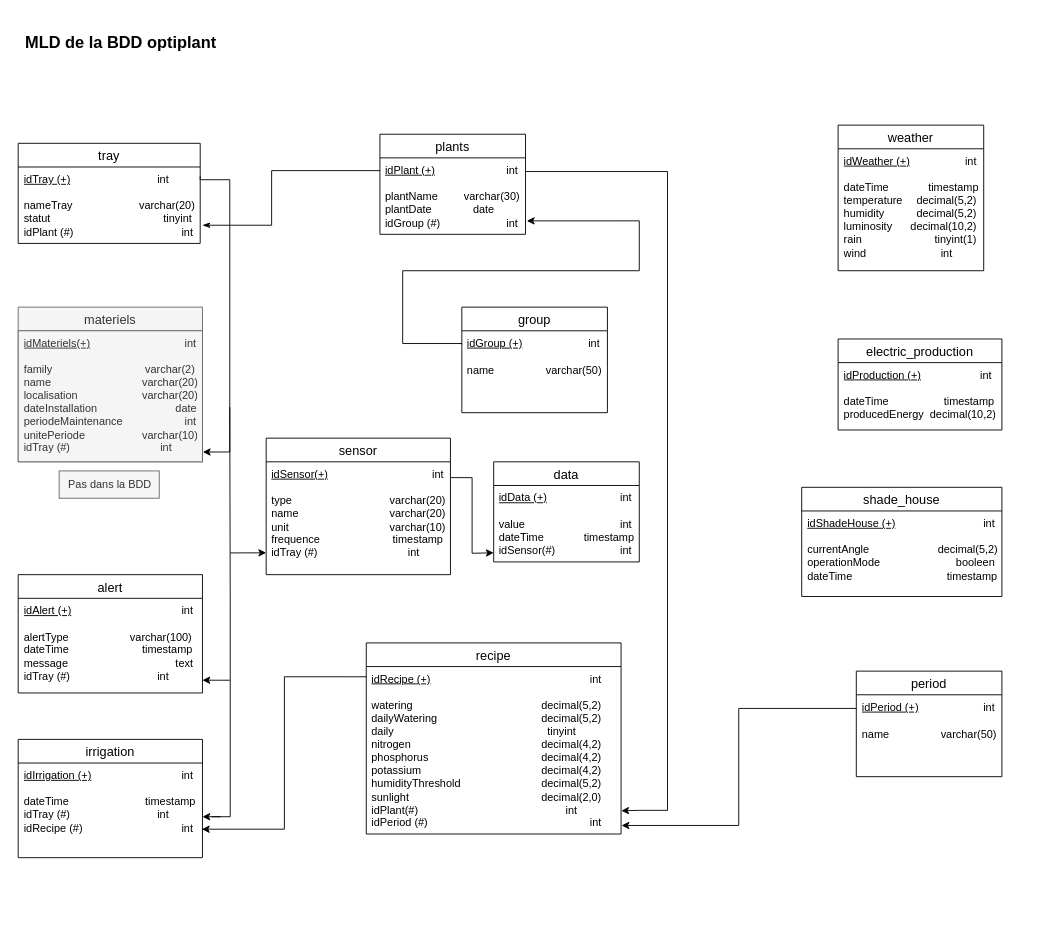
SAE601/BDD keeps this draw.io diagram as MLD.drawio. Above is the earlier version. Source tidied: cells renumbered, new cells numbered last; positions are measured from the earlier drawing's top-left corner, leaving out a move shared by most shapes. Both pictures are drawn from the tidied source at 91%, with x=0, y=0 at pixel (15, 15).
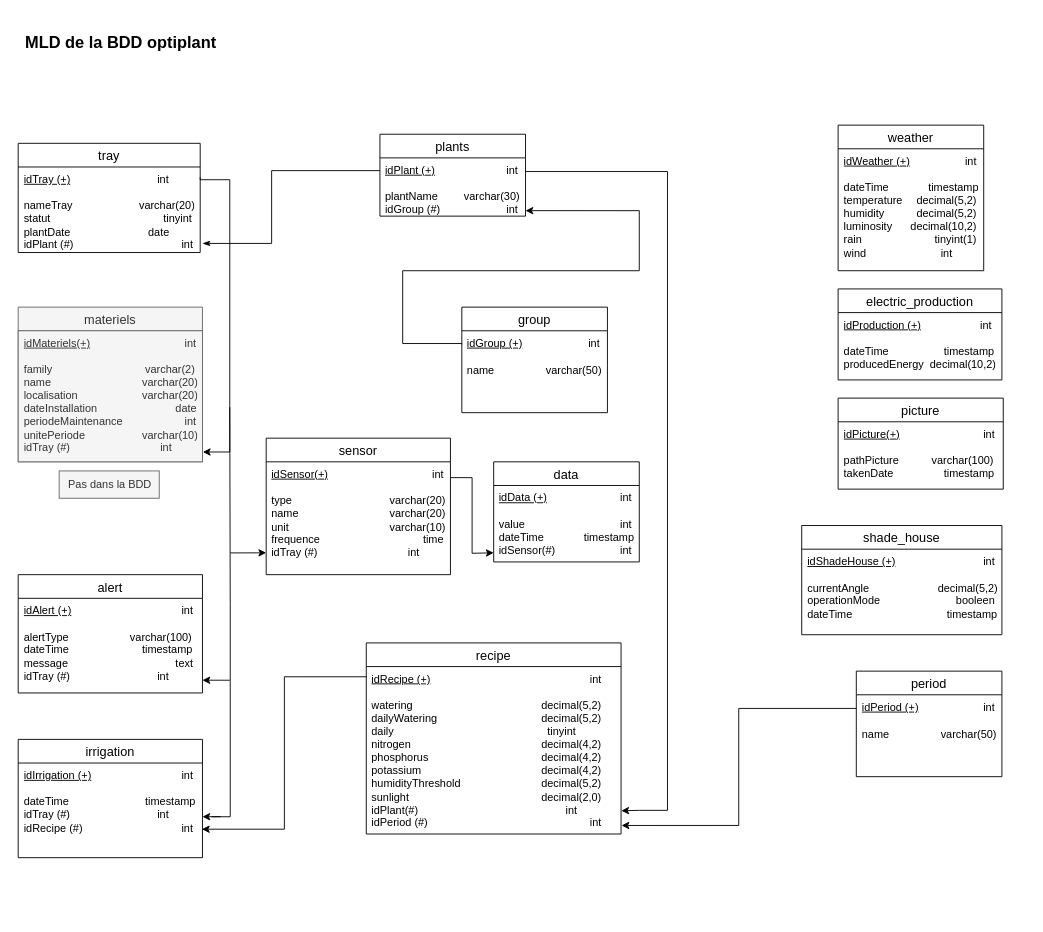
The same page after the edit.

The change refers to these unchanged cells:
```xml
<mxCell id="10" value="&lt;u&gt;idGroup (+)&lt;/u&gt;&lt;span style=&quot;white-space: pre;&quot;&gt;&#9;&lt;/span&gt;&lt;span style=&quot;white-space: pre;&quot;&gt;&#9;&lt;/span&gt;&lt;span style=&quot;white-space: pre;&quot;&gt;&#9;&lt;/span&gt;int&lt;u&gt;&lt;br&gt;&lt;/u&gt;" style="text;strokeColor=none;fillColor=none;spacingLeft=4;spacingRight=4;overflow=hidden;points=[[0,0.5],[1,0.5]];portConstraint=eastwest;fontSize=12;whiteSpace=wrap;html=1;" parent="9" vertex="1">
  <mxGeometry y="26" width="160" height="30" as="geometry" />
</mxCell>
<mxCell id="40" value="sensor" style="swimlane;fontStyle=0;horizontal=1;startSize=26;align=center;fontSize=14;" parent="1" vertex="1">
  <mxGeometry x="275" y="464" width="202.5" height="150" as="geometry" />
</mxCell>
```

Diff of the diagram source:
```diff
@@
     <mxCell id="2" value="tray" style="swimlane;fontStyle=0;horizontal=1;startSize=26;align=center;fontSize=14;" parent="1" vertex="1">
-      <mxGeometry x="2.5" y="140" width="200" height="110" as="geometry" />
+      <mxGeometry x="2.5" y="140" width="200" height="120" as="geometry" />
     </mxCell>
-    <mxCell id="3" value="&lt;div&gt;&lt;u&gt;idTray (+)&lt;/u&gt;&lt;span style=&quot;white-space: pre;&quot;&gt;&#9;&lt;/span&gt;&lt;span style=&quot;white-space: pre;&quot;&gt;&#9;&lt;/span&gt;&lt;span style=&quot;white-space: pre;&quot;&gt;&#9;&lt;/span&gt;&amp;nbsp;&amp;nbsp;&amp;nbsp;&amp;nbsp;&amp;nbsp;&amp;nbsp;&amp;nbsp;&amp;nbsp;&amp;nbsp; &amp;nbsp; int&lt;br&gt;&lt;/div&gt;&lt;div&gt;&lt;br&gt;&lt;/div&gt;&lt;div&gt;nameTray&lt;span style=&quot;white-space: pre;&quot;&gt;&lt;span style=&quot;white-space: pre;&quot;&gt;&#9;&lt;/span&gt;              varchar(20)&lt;/span&gt;&lt;/div&gt;&lt;div&gt;&lt;span style=&quot;white-space: pre;&quot;&gt;statut&lt;span style=&quot;white-space: pre;&quot;&gt;&#9;&lt;/span&gt;&lt;span style=&quot;white-space: pre;&quot;&gt;&#9;&lt;/span&gt;&lt;span style=&quot;white-space: pre;&quot;&gt;&#9;&lt;/span&gt;              tinyint&lt;br&gt;&lt;/span&gt;&lt;/div&gt;&lt;div&gt;idPlant (#)&lt;span style=&quot;white-space: pre;&quot;&gt;&#9;&lt;/span&gt;&lt;span style=&quot;white-space: pre;&quot;&gt;&#9;&lt;/span&gt;&lt;span style=&quot;white-space: pre;&quot;&gt;&#9;&lt;/span&gt;&lt;span style=&quot;white-space: pre;&quot;&gt;&#9;&lt;/span&gt;&amp;nbsp;&amp;nbsp;&amp;nbsp; int&lt;br&gt;&lt;/div&gt;&lt;div&gt;&lt;br&gt;&lt;/div&gt;" style="text;strokeColor=none;fillColor=none;spacingLeft=4;spacingRight=4;overflow=hidden;points=[[0,0.5],[1,0.5]];portConstraint=eastwest;fontSize=12;whiteSpace=wrap;html=1;" parent="2" vertex="1">
-      <mxGeometry y="26" width="200" height="84" as="geometry" />
+    <mxCell id="3" value="&lt;div&gt;&lt;u&gt;idTray (+)&lt;/u&gt;&lt;span style=&quot;white-space: pre;&quot;&gt;&#9;&lt;/span&gt;&lt;span style=&quot;white-space: pre;&quot;&gt;&#9;&lt;/span&gt;&lt;span style=&quot;white-space: pre;&quot;&gt;&#9;&lt;/span&gt;&amp;nbsp;&amp;nbsp;&amp;nbsp;&amp;nbsp;&amp;nbsp;&amp;nbsp;&amp;nbsp;&amp;nbsp;&amp;nbsp; &amp;nbsp; int&lt;br&gt;&lt;/div&gt;&lt;div&gt;&lt;br&gt;&lt;/div&gt;&lt;div&gt;nameTray&lt;span style=&quot;white-space: pre;&quot;&gt;&lt;span style=&quot;white-space: pre;&quot;&gt;&#9;&lt;/span&gt;              varchar(20)&lt;/span&gt;&lt;/div&gt;&lt;div&gt;&lt;span style=&quot;white-space: pre;&quot;&gt;statut&lt;span style=&quot;white-space: pre;&quot;&gt;&#9;&lt;/span&gt;&lt;span style=&quot;white-space: pre;&quot;&gt;&#9;&lt;/span&gt;&lt;span style=&quot;white-space: pre;&quot;&gt;&#9;&lt;/span&gt;              tinyint&lt;/span&gt;&lt;/div&gt;&lt;div&gt;&lt;div&gt;plantDate&lt;span style=&quot;white-space: pre;&quot;&gt;&#9;&lt;/span&gt;&lt;span style=&quot;white-space: pre;&quot;&gt;&#9;&lt;/span&gt;&amp;nbsp;&amp;nbsp;&amp;nbsp;&amp;nbsp; &lt;span style=&quot;white-space: pre;&quot;&gt;&#9;&lt;/span&gt;&lt;span style=&quot;white-space: pre;&quot;&gt;&#9;&lt;/span&gt; date&lt;/div&gt;&lt;/div&gt;&lt;div&gt;idPlant (#)&lt;span style=&quot;white-space: pre;&quot;&gt;&#9;&lt;/span&gt;&lt;span style=&quot;white-space: pre;&quot;&gt;&#9;&lt;/span&gt;&lt;span style=&quot;white-space: pre;&quot;&gt;&#9;&lt;/span&gt;&lt;span style=&quot;white-space: pre;&quot;&gt;&#9;&lt;/span&gt;&amp;nbsp;&amp;nbsp;&amp;nbsp; int&lt;br&gt;&lt;/div&gt;&lt;div&gt;&lt;br&gt;&lt;/div&gt;" style="text;strokeColor=none;fillColor=none;spacingLeft=4;spacingRight=4;overflow=hidden;points=[[0,0.5],[1,0.5]];portConstraint=eastwest;fontSize=12;whiteSpace=wrap;html=1;" parent="2" vertex="1">
+      <mxGeometry y="26" width="200" height="94" as="geometry" />
     </mxCell>
     <mxCell id="4" value="plants" style="swimlane;fontStyle=0;horizontal=1;startSize=26;align=center;fontSize=14;" parent="1" vertex="1">
-      <mxGeometry x="400" y="130" width="160" height="110" as="geometry" />
+      <mxGeometry x="400" y="130" width="160" height="90" as="geometry" />
     </mxCell>
-    <mxCell id="5" value="&lt;div&gt;&lt;u&gt;idPlant (+)&lt;/u&gt;&lt;span style=&quot;white-space: pre;&quot;&gt;&#9;&lt;/span&gt;&lt;span style=&quot;white-space: pre;&quot;&gt;&#9;&lt;/span&gt;&lt;span style=&quot;white-space: pre;&quot;&gt;&#9;&lt;/span&gt;int&lt;u&gt;&lt;br&gt;&lt;/u&gt;&lt;/div&gt;&lt;div&gt;&lt;br&gt;&lt;/div&gt;&lt;div&gt;plantName&lt;span style=&quot;white-space: pre;&quot;&gt;&#9;&lt;/span&gt;&amp;nbsp; &lt;span style=&quot;white-space: pre;&quot;&gt;varchar(30)&lt;/span&gt;&lt;/div&gt;&lt;div&gt;plantDate&lt;span style=&quot;white-space: pre;&quot;&gt;&#9;&lt;/span&gt;&lt;span style=&quot;white-space: pre;&quot;&gt;&#9;&lt;/span&gt;&amp;nbsp;&amp;nbsp;&amp;nbsp;&amp;nbsp; date&lt;/div&gt;&lt;div&gt;idGroup (#)&lt;span style=&quot;white-space: pre;&quot;&gt;&#9;&lt;/span&gt;&amp;nbsp;&amp;nbsp;&amp;nbsp;&amp;nbsp;&amp;nbsp;&amp;nbsp; &lt;span style=&quot;white-space: pre;&quot;&gt;&#9;&lt;/span&gt;&amp;nbsp;&amp;nbsp;&amp;nbsp;&amp;nbsp;&amp;nbsp;&amp;nbsp;&amp;nbsp; int&lt;/div&gt;" style="text;strokeColor=none;fillColor=none;spacingLeft=4;spacingRight=4;overflow=hidden;points=[[0,0.5],[1,0.5]];portConstraint=eastwest;fontSize=12;whiteSpace=wrap;html=1;" parent="4" vertex="1">
-      <mxGeometry y="26" width="160" height="84" as="geometry" />
+    <mxCell id="5" value="&lt;div&gt;&lt;u&gt;idPlant (+)&lt;/u&gt;&lt;span style=&quot;white-space: pre;&quot;&gt;&#9;&lt;/span&gt;&lt;span style=&quot;white-space: pre;&quot;&gt;&#9;&lt;/span&gt;&lt;span style=&quot;white-space: pre;&quot;&gt;&#9;&lt;/span&gt;int&lt;u&gt;&lt;br&gt;&lt;/u&gt;&lt;/div&gt;&lt;div&gt;&lt;br&gt;&lt;/div&gt;&lt;div&gt;plantName&lt;span style=&quot;white-space: pre;&quot;&gt;&#9;&lt;/span&gt;&amp;nbsp; &lt;span style=&quot;white-space: pre;&quot;&gt;varchar(30)&lt;/span&gt;&lt;/div&gt;&lt;div&gt;idGroup (#)&lt;span style=&quot;white-space: pre;&quot;&gt;&#9;&lt;/span&gt;&amp;nbsp;&amp;nbsp;&amp;nbsp;&amp;nbsp;&amp;nbsp;&amp;nbsp; &lt;span style=&quot;white-space: pre;&quot;&gt;&#9;&lt;/span&gt;&amp;nbsp;&amp;nbsp;&amp;nbsp;&amp;nbsp;&amp;nbsp;&amp;nbsp;&amp;nbsp; int&lt;/div&gt;" style="text;strokeColor=none;fillColor=none;spacingLeft=4;spacingRight=4;overflow=hidden;points=[[0,0.5],[1,0.5]];portConstraint=eastwest;fontSize=12;whiteSpace=wrap;html=1;" parent="4" vertex="1">
+      <mxGeometry y="26" width="160" height="64" as="geometry" />
     </mxCell>
     <mxCell id="6" style="endArrow=classicThin;html=1;rounded=0;endFill=1;edgeStyle=orthogonalEdgeStyle;" parent="1" edge="1">
       <mxGeometry relative="1" as="geometry">
         <mxPoint x="400" y="170" as="sourcePoint" />
-        <mxPoint x="205" y="230" as="targetPoint" />
+        <mxPoint x="205" y="250" as="targetPoint" />
         <Array as="points">
           <mxPoint x="281" y="170" />
-          <mxPoint x="281" y="230" />
-          <mxPoint x="215" y="230" />
+          <mxPoint x="281" y="250" />
+          <mxPoint x="205" y="250" />
         </Array>
       </mxGeometry>
     </mxCell>
@@
     <mxCell id="24" value="electric_production" style="swimlane;fontStyle=0;horizontal=1;startSize=26;align=center;fontSize=14;" parent="1" vertex="1">
-      <mxGeometry x="903.5" y="355" width="180" height="100" as="geometry" />
+      <mxGeometry x="903.5" y="300" width="180" height="100" as="geometry" />
     </mxCell>
@@
-    <mxCell id="29" style="edgeStyle=orthogonalEdgeStyle;rounded=0;jettySize=auto;html=1;exitX=0;exitY=0.5;exitDx=0;exitDy=0;entryX=1.009;entryY=0.824;entryDx=0;entryDy=0;entryPerimeter=0;" parent="1" edge="1" source="10" target="5">
+    <mxCell id="29" style="edgeStyle=orthogonalEdgeStyle;rounded=0;jettySize=auto;html=1;exitX=0;exitY=0.5;exitDx=0;exitDy=0;entryX=1;entryY=0.906;entryDx=0;entryDy=0;entryPerimeter=0;" parent="1" edge="1" source="10" target="5">
       <mxGeometry relative="1" as="geometry">
         <Array as="points">
+          <mxPoint x="490" y="360" />
           <mxPoint x="425" y="360" />
           <mxPoint x="425" y="280" />
           <mxPoint x="685" y="280" />
-          <mxPoint x="685" y="225" />
+          <mxPoint x="685" y="214" />
         </Array>
       </mxGeometry>
     </mxCell>
@@
     <mxCell id="34" value="shade_house" style="swimlane;fontStyle=0;horizontal=1;startSize=26;align=center;fontSize=14;" parent="1" vertex="1">
-      <mxGeometry x="863.5" y="518" width="220" height="120" as="geometry" />
+      <mxGeometry x="863.5" y="560" width="220" height="120" as="geometry" />
     </mxCell>
@@
-    <mxCell id="41" value="&lt;div&gt;&lt;u&gt;idSensor(+)&lt;/u&gt;&lt;span style=&quot;white-space: pre;&quot;&gt;&#9;&lt;/span&gt;&lt;span style=&quot;white-space: pre;&quot;&gt;&#9;&lt;/span&gt;&lt;span style=&quot;white-space: pre;&quot;&gt;&#9;&lt;/span&gt;&lt;span style=&quot;white-space: pre;&quot;&gt;&#9;&lt;/span&gt;&amp;nbsp;&amp;nbsp;&amp;nbsp;&amp;nbsp; int&lt;/div&gt;&lt;div&gt;&lt;br&gt;&lt;/div&gt;&lt;div&gt;type&lt;span style=&quot;white-space: pre;&quot;&gt;&#9;&lt;/span&gt;&lt;span style=&quot;white-space: pre;&quot;&gt;&#9;&lt;/span&gt;&lt;span style=&quot;white-space: pre;&quot;&gt;&#9;&lt;/span&gt;&lt;span style=&quot;white-space: pre;&quot;&gt;&#9;&lt;/span&gt;&amp;nbsp;&amp;nbsp;&amp;nbsp;&amp;nbsp;&amp;nbsp;&amp;nbsp; varchar(20)&lt;/div&gt;&lt;div&gt;name&lt;span style=&quot;white-space: pre;&quot;&gt;&#9;&lt;/span&gt;&lt;span style=&quot;white-space: pre;&quot;&gt;&#9;&lt;/span&gt;&lt;span style=&quot;white-space: pre;&quot;&gt;&#9;&lt;/span&gt;&amp;nbsp;&amp;nbsp;&amp;nbsp;&amp;nbsp;&amp;nbsp;&amp;nbsp; varchar(20)&lt;br&gt;&lt;/div&gt;&lt;div&gt;unit&lt;span style=&quot;white-space: pre;&quot;&gt;&#9;&lt;/span&gt;&lt;span style=&quot;white-space: pre;&quot;&gt;&#9;&lt;/span&gt;&lt;span style=&quot;white-space: pre;&quot;&gt;&#9;&lt;/span&gt;&lt;span style=&quot;white-space: pre;&quot;&gt;&#9;&lt;/span&gt;&amp;nbsp;&amp;nbsp;&amp;nbsp;&amp;nbsp;&amp;nbsp;&amp;nbsp; varchar(10)&lt;/div&gt;&lt;div&gt;frequence&lt;span style=&quot;white-space: pre;&quot;&gt;&#9;&lt;/span&gt;&lt;span style=&quot;white-space: pre;&quot;&gt;&#9;&lt;/span&gt;&lt;span style=&quot;white-space: pre;&quot;&gt;&#9;&lt;/span&gt;timestamp &lt;br&gt;&lt;/div&gt;&lt;div&gt;idTray (#)&lt;span style=&quot;white-space: pre;&quot;&gt;&#9;&lt;/span&gt;&lt;span style=&quot;white-space: pre;&quot;&gt;&#9;&lt;/span&gt;&lt;span style=&quot;white-space: pre;&quot;&gt;&#9;&lt;/span&gt;&lt;span style=&quot;white-space: pre;&quot;&gt;&#9;&lt;/span&gt;&amp;nbsp;&amp;nbsp;&amp;nbsp;&amp;nbsp; int&lt;br&gt;&lt;/div&gt;" style="text;strokeColor=none;fillColor=none;spacingLeft=4;spacingRight=4;overflow=hidden;points=[[0,0.5],[1,0.5]];portConstraint=eastwest;fontSize=12;whiteSpace=wrap;html=1;" parent="40" vertex="1">
+    <mxCell id="41" value="&lt;div&gt;&lt;u&gt;idSensor(+)&lt;/u&gt;&lt;span style=&quot;white-space: pre;&quot;&gt;&#9;&lt;/span&gt;&lt;span style=&quot;white-space: pre;&quot;&gt;&#9;&lt;/span&gt;&lt;span style=&quot;white-space: pre;&quot;&gt;&#9;&lt;/span&gt;&lt;span style=&quot;white-space: pre;&quot;&gt;&#9;&lt;/span&gt;&amp;nbsp;&amp;nbsp;&amp;nbsp;&amp;nbsp; int&lt;/div&gt;&lt;div&gt;&lt;br&gt;&lt;/div&gt;&lt;div&gt;type&lt;span style=&quot;white-space: pre;&quot;&gt;&#9;&lt;/span&gt;&lt;span style=&quot;white-space: pre;&quot;&gt;&#9;&lt;/span&gt;&lt;span style=&quot;white-space: pre;&quot;&gt;&#9;&lt;/span&gt;&lt;span style=&quot;white-space: pre;&quot;&gt;&#9;&lt;/span&gt;&amp;nbsp;&amp;nbsp;&amp;nbsp;&amp;nbsp;&amp;nbsp;&amp;nbsp; varchar(20)&lt;/div&gt;&lt;div&gt;name&lt;span style=&quot;white-space: pre;&quot;&gt;&#9;&lt;/span&gt;&lt;span style=&quot;white-space: pre;&quot;&gt;&#9;&lt;/span&gt;&lt;span style=&quot;white-space: pre;&quot;&gt;&#9;&lt;/span&gt;&amp;nbsp;&amp;nbsp;&amp;nbsp;&amp;nbsp;&amp;nbsp;&amp;nbsp; varchar(20)&lt;br&gt;&lt;/div&gt;&lt;div&gt;unit&lt;span style=&quot;white-space: pre;&quot;&gt;&#9;&lt;/span&gt;&lt;span style=&quot;white-space: pre;&quot;&gt;&#9;&lt;/span&gt;&lt;span style=&quot;white-space: pre;&quot;&gt;&#9;&lt;/span&gt;&lt;span style=&quot;white-space: pre;&quot;&gt;&#9;&lt;/span&gt;&amp;nbsp;&amp;nbsp;&amp;nbsp;&amp;nbsp;&amp;nbsp;&amp;nbsp; varchar(10)&lt;/div&gt;&lt;div&gt;frequence&lt;span style=&quot;white-space: pre;&quot;&gt;&#9;&lt;/span&gt;&lt;span style=&quot;white-space: pre;&quot;&gt;&#9;&lt;/span&gt;&lt;span style=&quot;white-space: pre;&quot;&gt;&#9;&lt;/span&gt;&lt;span style=&quot;white-space: pre;&quot;&gt;&#9;&lt;/span&gt;&amp;nbsp; time &lt;br&gt;&lt;/div&gt;&lt;div&gt;idTray (#)&lt;span style=&quot;white-space: pre;&quot;&gt;&#9;&lt;/span&gt;&lt;span style=&quot;white-space: pre;&quot;&gt;&#9;&lt;/span&gt;&lt;span style=&quot;white-space: pre;&quot;&gt;&#9;&lt;/span&gt;&lt;span style=&quot;white-space: pre;&quot;&gt;&#9;&lt;/span&gt;&amp;nbsp;&amp;nbsp;&amp;nbsp;&amp;nbsp; int&lt;br&gt;&lt;/div&gt;" style="text;strokeColor=none;fillColor=none;spacingLeft=4;spacingRight=4;overflow=hidden;points=[[0,0.5],[1,0.5]];portConstraint=eastwest;fontSize=12;whiteSpace=wrap;html=1;" parent="40" vertex="1">
       <mxGeometry y="26" width="202.5" height="124" as="geometry" />
     </mxCell>
@@
+    <mxCell id="47" value="picture" style="swimlane;fontStyle=0;horizontal=1;startSize=26;align=center;fontSize=14;" parent="1" vertex="1">
+      <mxGeometry x="903.5" y="420" width="181.5" height="100" as="geometry" />
+    </mxCell>
+    <mxCell id="48" value="&lt;div&gt;&lt;u&gt;idPicture(+)&lt;/u&gt;&lt;span style=&quot;white-space: pre;&quot;&gt;&#9;&lt;/span&gt;&lt;span style=&quot;white-space: pre;&quot;&gt;&#9;&lt;/span&gt;&lt;span style=&quot;white-space: pre;&quot;&gt;&#9;&lt;/span&gt;&amp;nbsp;&amp;nbsp;&amp;nbsp;&amp;nbsp;&amp;nbsp; int&lt;/div&gt;&lt;div&gt;&lt;br&gt;&lt;/div&gt;&lt;div&gt;pathPicture&lt;span style=&quot;white-space: pre;&quot;&gt;&#9;&lt;/span&gt;&amp;nbsp;&amp;nbsp;&amp;nbsp;&amp;nbsp; varchar(100)&lt;/div&gt;&lt;div&gt;takenDate&lt;span style=&quot;white-space: pre;&quot;&gt;&#9;&lt;/span&gt;&amp;nbsp; &amp;nbsp; &amp;nbsp; &amp;nbsp;&amp;nbsp; timestamp&lt;/div&gt;&lt;div&gt;&lt;br&gt;&lt;/div&gt;" style="text;strokeColor=none;fillColor=none;spacingLeft=4;spacingRight=4;overflow=hidden;fontSize=12;whiteSpace=wrap;html=1;" parent="47" vertex="1">
+      <mxGeometry y="26" width="181.5" height="74" as="geometry" />
+    </mxCell>
```
